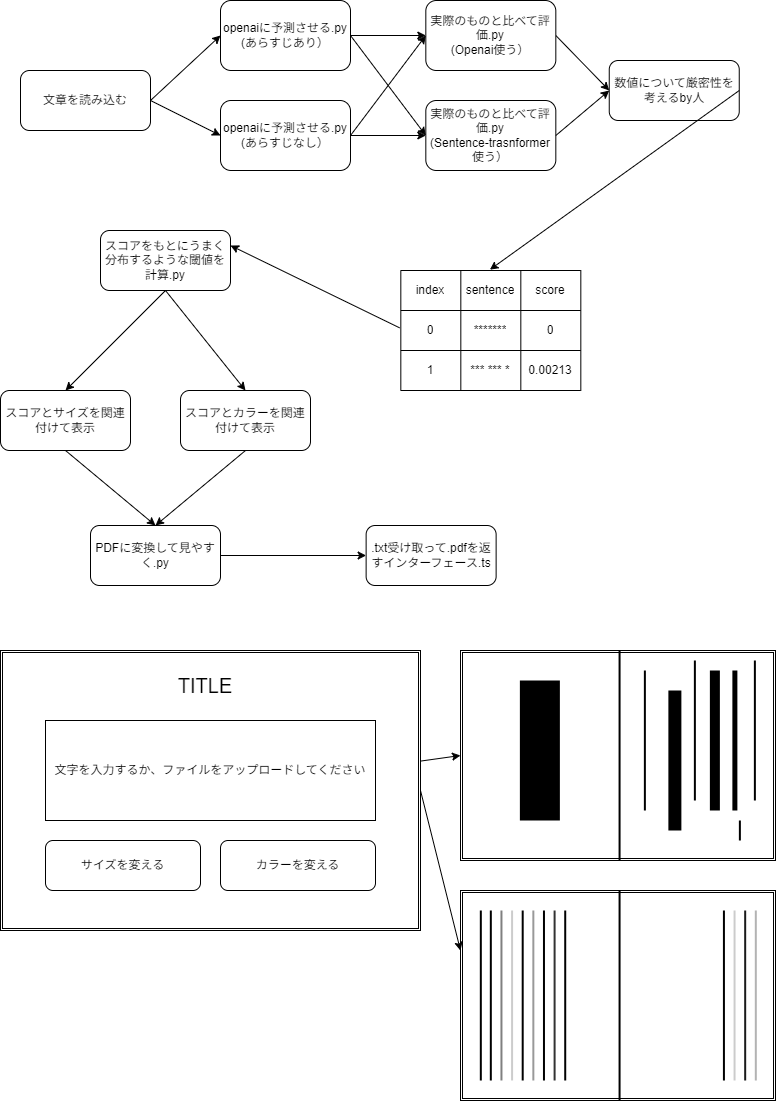
Earlier version of the draw.io export idea.drawio.png (kosho-jiang/cognitive-system). Source tidied: cells renumbered, new cells last; positions are measured from the earlier drawing's top-left corner, leaving out a move shared by most shapes.
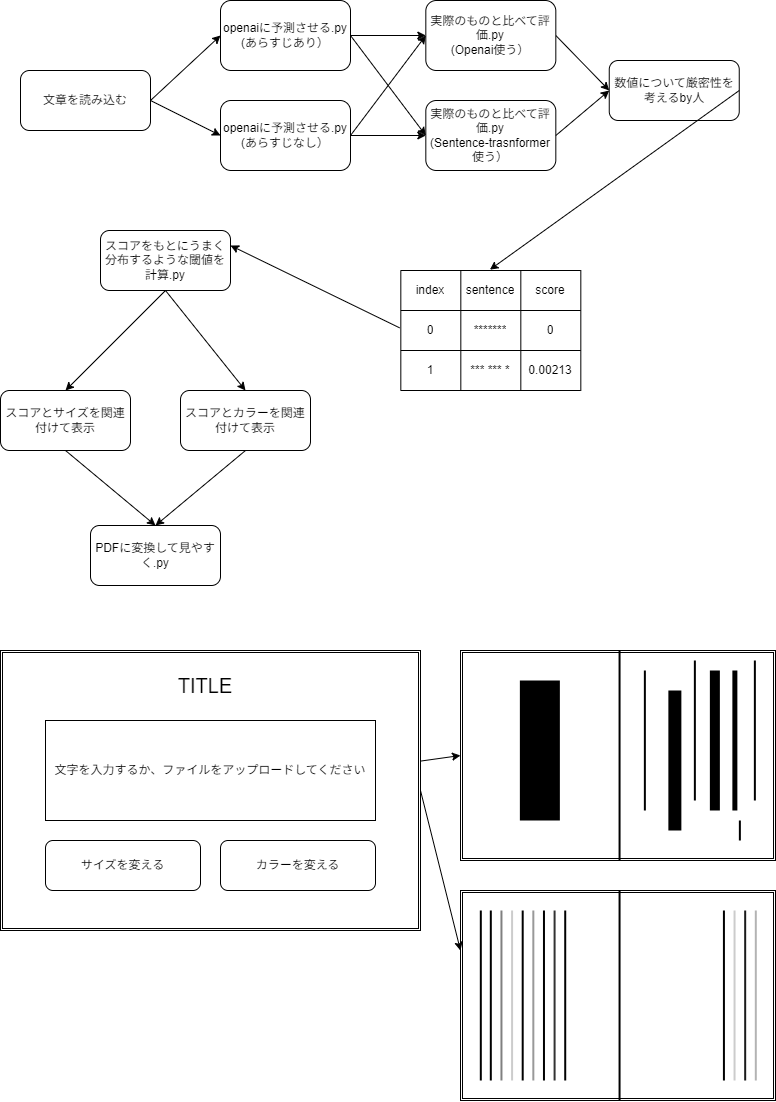
The same file after the commit.

Change to the diagram source:
```diff
@@ -80,9 +80,6 @@
     <mxCell id="27" style="endArrow=classic;html=1;exitX=0.5;exitY=1;exitDx=0;exitDy=0;entryX=0.5;entryY=0;entryDx=0;entryDy=0;" parent="1" edge="1" source="25" target="26">
       <mxGeometry relative="1" as="geometry" />
     </mxCell>
-    <mxCell id="28" value=".txt受け取って.pdfを返すインターフェース.ts" style="rounded=1;whiteSpace=wrap;html=1;" parent="1" vertex="1">
-      <mxGeometry x="365.6" y="525" width="130" height="60" as="geometry" />
-    </mxCell>
     <mxCell id="29" style="shape=ext;double=1;rounded=0;whiteSpace=wrap;html=1;" parent="1" vertex="1">
       <mxGeometry y="650" width="420" height="280" as="geometry" />
     </mxCell>
@@ -214,8 +211,5 @@
     <mxCell id="71" style="endArrow=classic;html=1;exitX=0.5;exitY=1;exitDx=0;exitDy=0;entryX=0.5;entryY=0;entryDx=0;entryDy=0;" parent="1" edge="1" source="23" target="26">
       <mxGeometry relative="1" as="geometry" />
     </mxCell>
-    <mxCell id="72" style="endArrow=classic;html=1;exitX=1;exitY=0.5;exitDx=0;exitDy=0;entryX=0;entryY=0.5;entryDx=0;entryDy=0;" parent="1" edge="1" source="26" target="28">
-      <mxGeometry relative="1" as="geometry" />
-    </mxCell>
   </root>
 </mxGraphModel>
```
